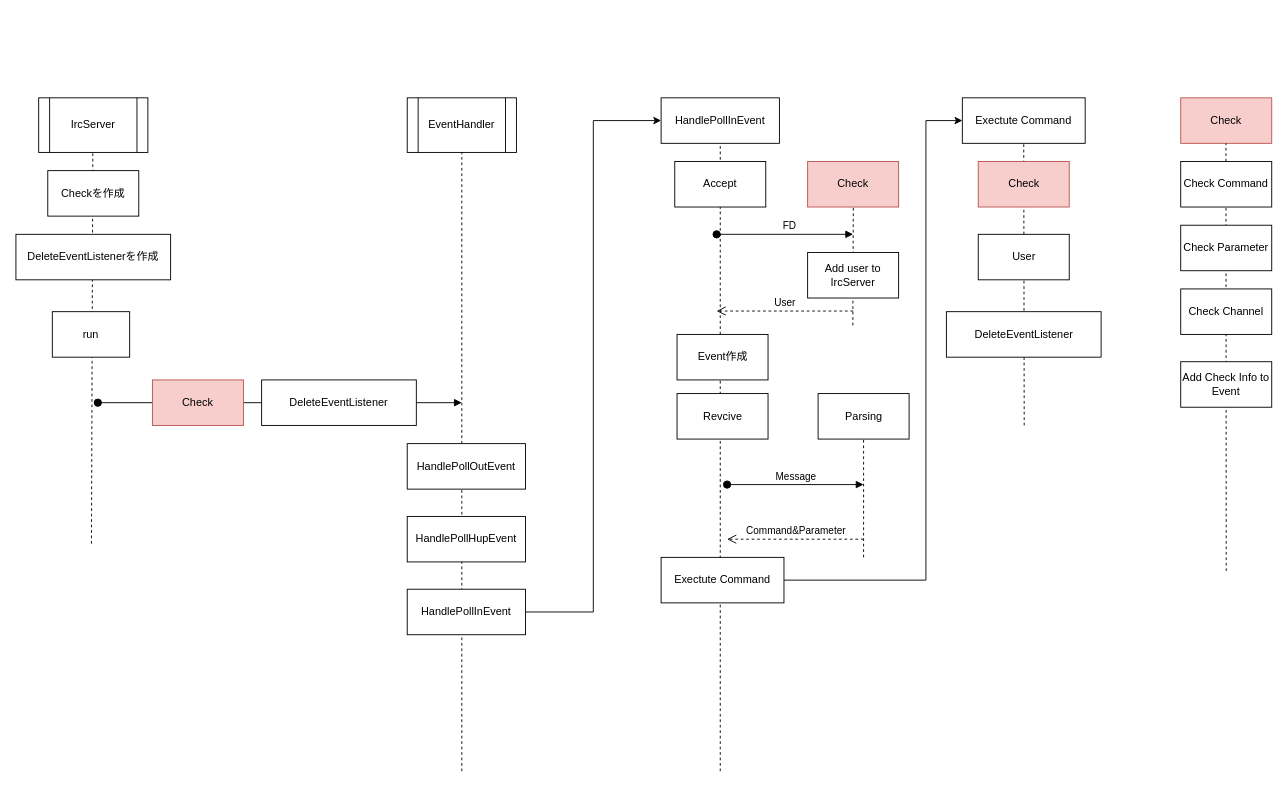
Earlier version of the draw.io diagram docs/Untitled Diagram.drawio (IRC-WIR/ft_irc). Source tidied: cells renumbered, new cells numbered last; positions are measured from the earlier drawing's top-left corner, leaving out a move shared by most shapes. Both pictures are drawn from the tidied source at 91%, with x=0, y=0 at pixel (15, 97).
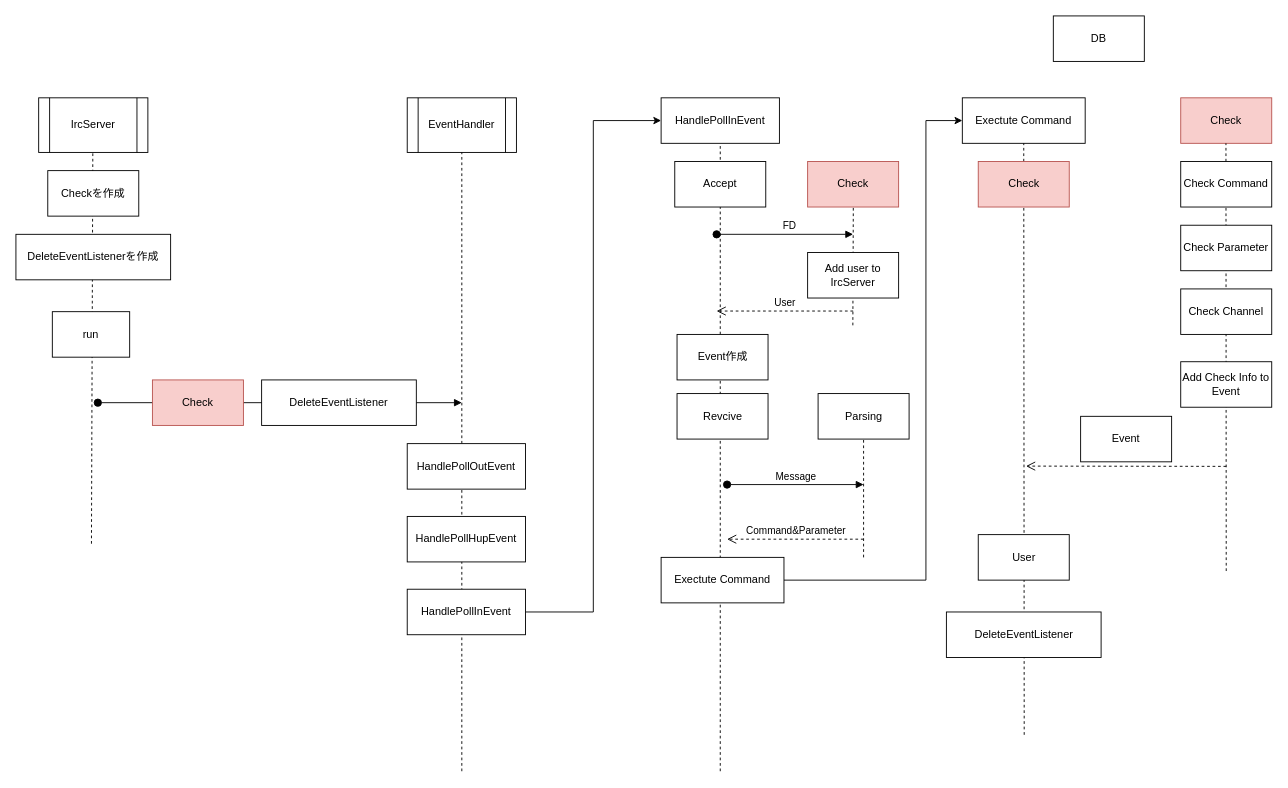
After the change.

The change refers to these unchanged cells:
```xml
<mxCell id="24" value="Exectute Command" style="rounded=0;whiteSpace=wrap;html=1;" parent="1" vertex="1">
  <mxGeometry x="1040" width="135" height="50" as="geometry" />
</mxCell>
```

The edit, as a diff of the source:
```diff
@@
     <mxCell id="25" style="endArrow=none;dashed=1;html=1;rounded=0;entryX=0.5;entryY=1;entryDx=0;entryDy=0;" parent="1" edge="1" target="24">
       <mxGeometry relative="1" as="geometry">
-        <mxPoint x="1108" y="360" as="sourcePoint" />
+        <mxPoint x="1108" y="700" as="sourcePoint" />
       </mxGeometry>
     </mxCell>
@@
     <mxCell id="27" value="DeleteEventListener" style="rounded=0;whiteSpace=wrap;html=1;" parent="1" vertex="1">
-      <mxGeometry x="1022.5" y="235" width="170" height="50" as="geometry" />
+      <mxGeometry x="1022.5" y="565" width="170" height="50" as="geometry" />
     </mxCell>
@@
     <mxCell id="36" value="User" style="rounded=0;whiteSpace=wrap;html=1;" parent="1" vertex="1">
-      <mxGeometry x="1057.5" y="150" width="100" height="50" as="geometry" />
+      <mxGeometry x="1057.5" y="480" width="100" height="50" as="geometry" />
     </mxCell>
@@
+    <mxCell id="43" style="html=1;verticalAlign=bottom;endArrow=open;dashed=1;endSize=8;curved=0;rounded=0;" parent="1" edge="1">
+      <mxGeometry relative="1" as="geometry">
+        <mxPoint x="1330" y="405" as="sourcePoint" />
+        <mxPoint x="1110" y="404.7" as="targetPoint" />
+      </mxGeometry>
+    </mxCell>
+    <mxCell id="44" value="Event" style="rounded=0;whiteSpace=wrap;html=1;" parent="1" vertex="1">
+      <mxGeometry x="1170" y="350" width="100" height="50" as="geometry" />
+    </mxCell>
+    <mxCell id="45" value="DB" style="rounded=0;whiteSpace=wrap;html=1;" parent="1" vertex="1">
+      <mxGeometry x="1140" y="-90" width="100" height="50" as="geometry" />
+    </mxCell>
```
